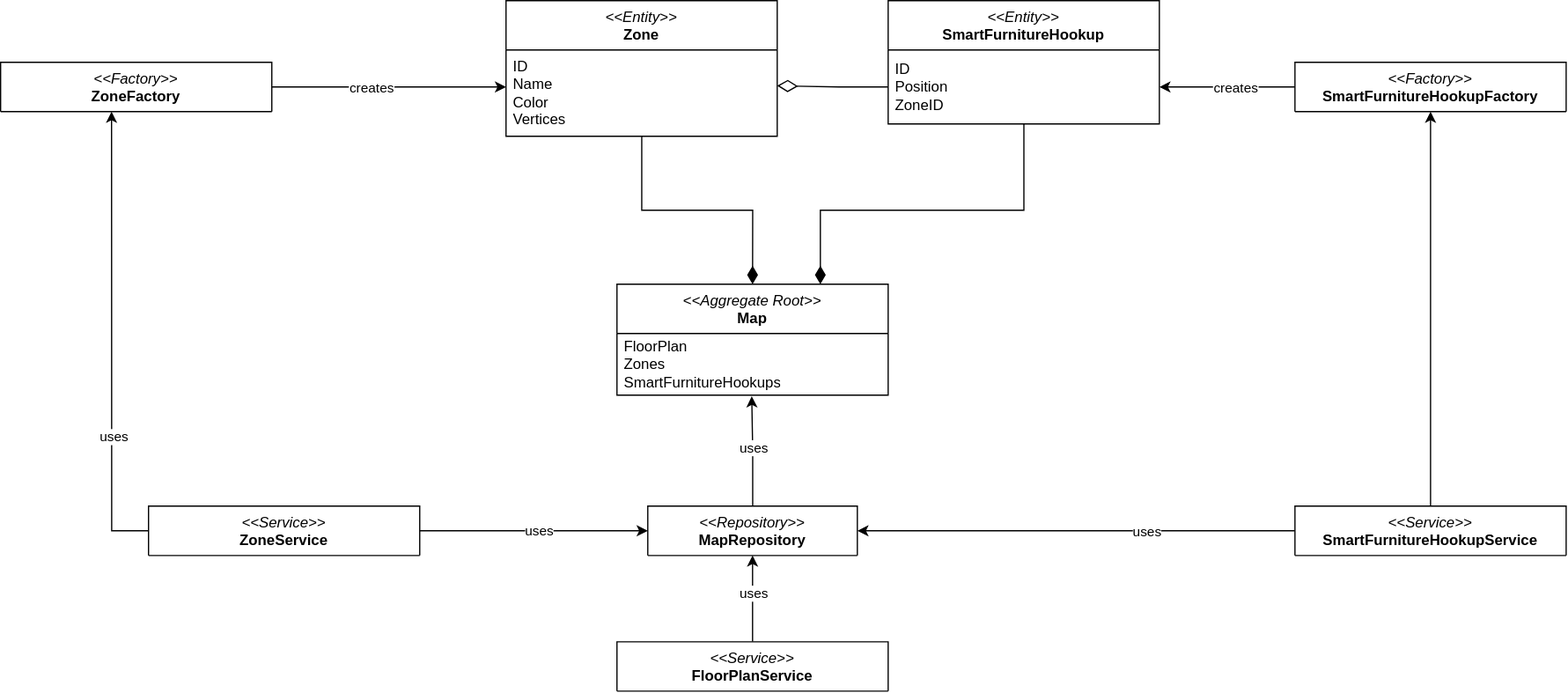
Above: docs/report/img/uml/map_ddd.svg in EnergyConsumptionOptimizer/documentation (draw.io), before the change. Source tidied: cells renumbered, new cells last; positions are measured from the earlier drawing's top-left corner, leaving out a move shared by most shapes.
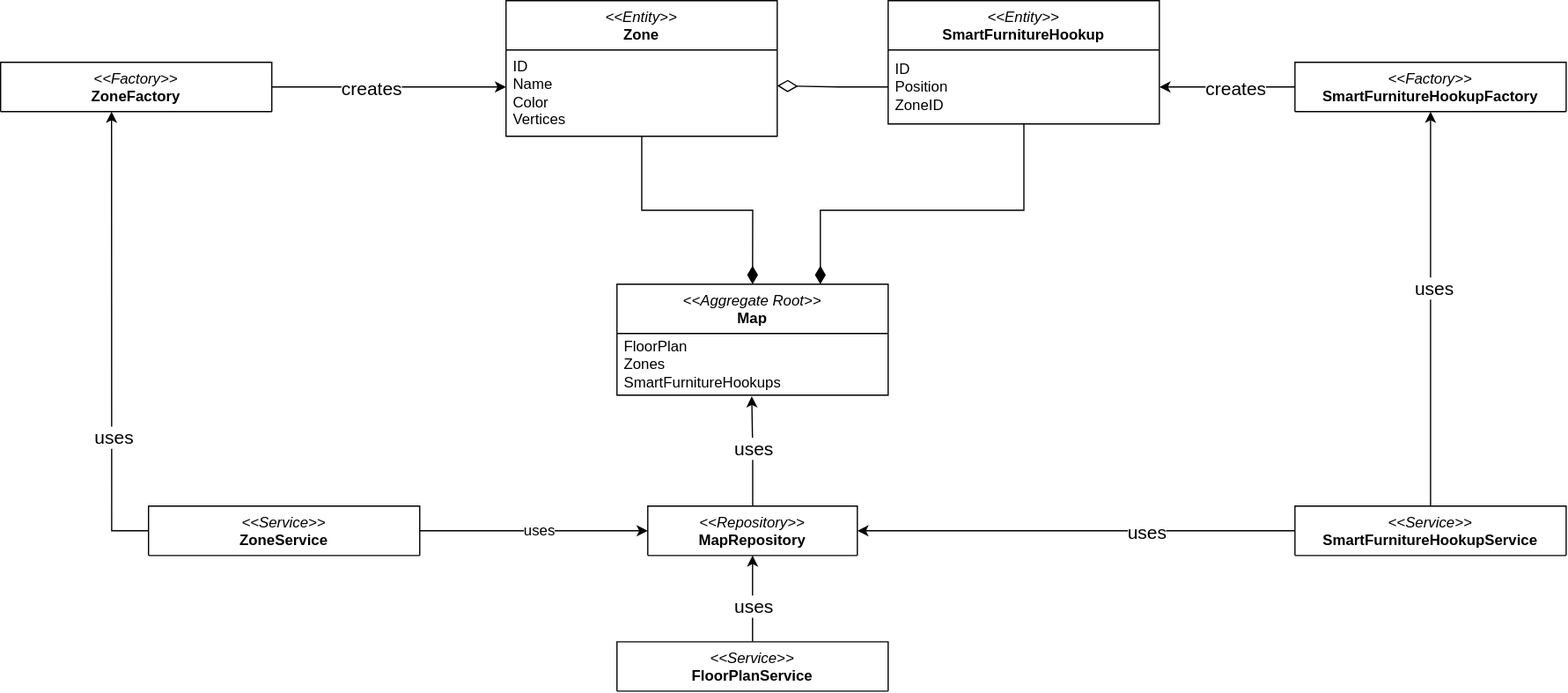
The same diagram one commit later.

Commit message:
feat: add draft of architecture.md chapter

The edit, as a diff of the source:
```diff
@@ -11,7 +11,7 @@
     <mxCell id="4" style="edgeStyle=orthogonalEdgeStyle;rounded=0;jettySize=auto;html=1;" parent="1" edge="1" source="6" target="17">
       <mxGeometry relative="1" as="geometry" />
     </mxCell>
-    <mxCell id="5" value="creates" style="edgeLabel;html=1;align=center;verticalAlign=middle;" parent="4" vertex="1">
+    <mxCell id="5" value="creates" style="edgeLabel;html=1;align=center;verticalAlign=middle;fontSize=15;" parent="4" vertex="1">
       <mxGeometry x="-0.1" y="1" relative="1" as="geometry">
         <mxPoint y="-1" as="offset" />
       </mxGeometry>
@@ -30,14 +30,16 @@
         </Array>
       </mxGeometry>
     </mxCell>
-    <mxCell id="9" value="uses" style="edgeLabel;html=1;align=center;verticalAlign=middle;" parent="8" vertex="1">
+    <mxCell id="9" value="uses" style="edgeLabel;html=1;align=center;verticalAlign=middle;fontSize=15;" parent="8" vertex="1">
       <mxGeometry x="-0.42" y="-1" relative="1" as="geometry" />
     </mxCell>
     <mxCell id="10" style="edgeStyle=orthogonalEdgeStyle;rounded=0;jettySize=auto;html=1;entryX=0.5;entryY=1;entryDx=0;entryDy=0;" parent="1" edge="1" source="12" target="7">
       <mxGeometry relative="1" as="geometry" />
     </mxCell>
-    <mxCell id="11" value="uses" style="edgeLabel;html=1;align=center;verticalAlign=middle;" parent="10" vertex="1">
-      <mxGeometry x="0.14" relative="1" as="geometry" />
+    <mxCell id="11" value="uses" style="edgeLabel;html=1;align=center;verticalAlign=middle;fontSize=15;" parent="10" vertex="1">
+      <mxGeometry x="0.14" relative="1" as="geometry">
+        <mxPoint y="10" as="offset" />
+      </mxGeometry>
     </mxCell>
     <mxCell id="12" value="&lt;i&gt;&amp;lt;&amp;lt;Service&amp;gt;&amp;gt;&lt;/i&gt;&lt;br&gt;&lt;b&gt;FloorPlanService&lt;/b&gt;" style="swimlane;fontStyle=0;align=center;verticalAlign=top;horizontal=1;startSize=40;html=1;whiteSpace=wrap;" parent="1" vertex="1">
       <mxGeometry x="500" y="520" width="220" height="40" as="geometry" />
@@ -81,13 +83,13 @@
         <mxPoint x="410" y="70" as="targetPoint" />
       </mxGeometry>
     </mxCell>
-    <mxCell id="22" value="creates" style="edgeLabel;html=1;align=center;verticalAlign=middle;" parent="21" vertex="1">
+    <mxCell id="22" value="creates" style="edgeLabel;html=1;align=center;verticalAlign=middle;fontSize=15;" parent="21" vertex="1">
       <mxGeometry x="-0.17" relative="1" as="geometry" />
     </mxCell>
     <mxCell id="23" style="edgeStyle=orthogonalEdgeStyle;rounded=0;jettySize=auto;html=1;entryX=0;entryY=0.5;entryDx=0;entryDy=0;" parent="1" edge="1" source="25" target="7">
       <mxGeometry relative="1" as="geometry" />
     </mxCell>
-    <mxCell id="24" value="uses" style="edgeLabel;html=1;align=center;verticalAlign=middle;" parent="23" vertex="1">
+    <mxCell id="24" value="uses" style="edgeLabel;html=1;align=center;verticalAlign=middle;fontSize=12;" parent="23" vertex="1">
       <mxGeometry x="0.03" y="1" relative="1" as="geometry" />
     </mxCell>
     <mxCell id="25" value="&lt;i&gt;&amp;lt;&amp;lt;Service&amp;gt;&amp;gt;&lt;/i&gt;&lt;br&gt;&lt;b&gt;ZoneService&lt;/b&gt;" style="swimlane;fontStyle=0;align=center;verticalAlign=top;horizontal=1;startSize=40;html=1;whiteSpace=wrap;" parent="1" vertex="1">
@@ -96,16 +98,19 @@
     <mxCell id="26" style="edgeStyle=orthogonalEdgeStyle;rounded=0;jettySize=auto;html=1;entryX=0.497;entryY=1.018;entryDx=0;entryDy=0;entryPerimeter=0;" parent="1" edge="1" source="7" target="3">
       <mxGeometry relative="1" as="geometry" />
     </mxCell>
-    <mxCell id="27" value="uses" style="edgeLabel;html=1;align=center;verticalAlign=middle;" parent="26" vertex="1">
+    <mxCell id="27" value="uses" style="edgeLabel;html=1;align=center;verticalAlign=middle;fontSize=15;" parent="26" vertex="1">
       <mxGeometry x="0.07" y="-1" relative="1" as="geometry" />
     </mxCell>
     <mxCell id="28" style="edgeStyle=orthogonalEdgeStyle;rounded=0;jettySize=auto;html=1;" parent="1" edge="1" source="31" target="6">
       <mxGeometry relative="1" as="geometry" />
     </mxCell>
+    <mxCell id="32" value="&lt;font style=&quot;font-size: 15px;&quot;&gt;uses&lt;/font&gt;" style="edgeLabel;html=1;align=center;verticalAlign=middle;" parent="28" vertex="1">
+      <mxGeometry x="0.11" y="-2" relative="1" as="geometry" />
+    </mxCell>
     <mxCell id="29" style="edgeStyle=orthogonalEdgeStyle;rounded=0;jettySize=auto;html=1;entryX=1;entryY=0.5;entryDx=0;entryDy=0;" parent="1" edge="1" source="31" target="7">
       <mxGeometry relative="1" as="geometry" />
     </mxCell>
-    <mxCell id="30" value="uses" style="edgeLabel;html=1;align=center;verticalAlign=middle;" parent="29" vertex="1">
+    <mxCell id="30" value="uses" style="edgeLabel;html=1;align=center;verticalAlign=middle;fontSize=15;" parent="29" vertex="1">
       <mxGeometry x="-0.31" y="4" relative="1" as="geometry">
         <mxPoint x="1" y="-4" as="offset" />
       </mxGeometry>
```
